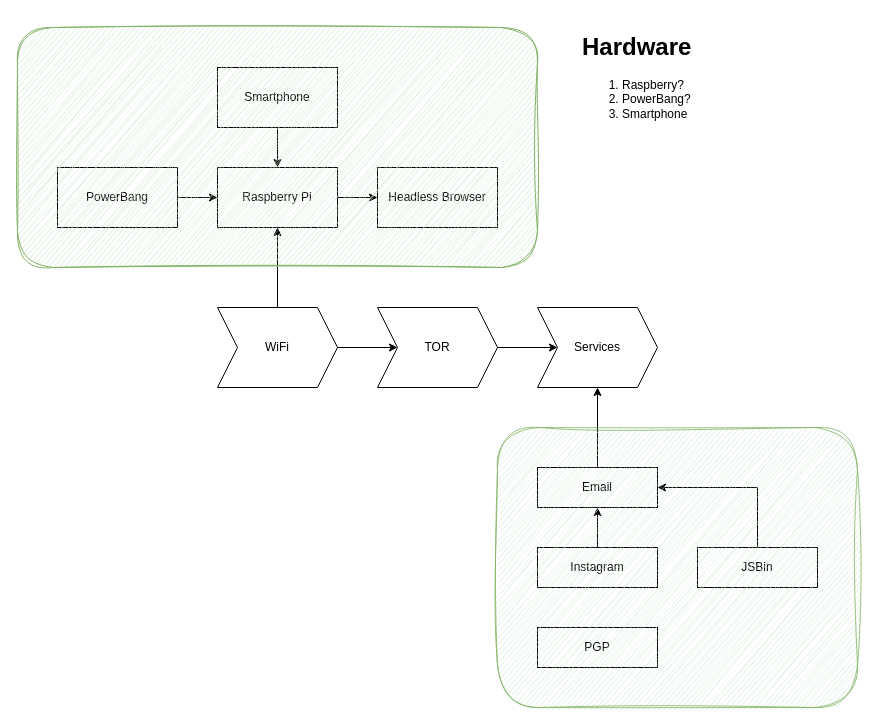
The draw.io diagram Untitled Diagram.drawio in rageofaxe/ecse, before the edit. Source tidied: cells renumbered, new cells numbered last; positions are measured from the earlier drawing's top-left corner, leaving out a move shared by most shapes. Both pictures are drawn from the tidied source at 100%, with x=0, y=0 at pixel (17, 27).
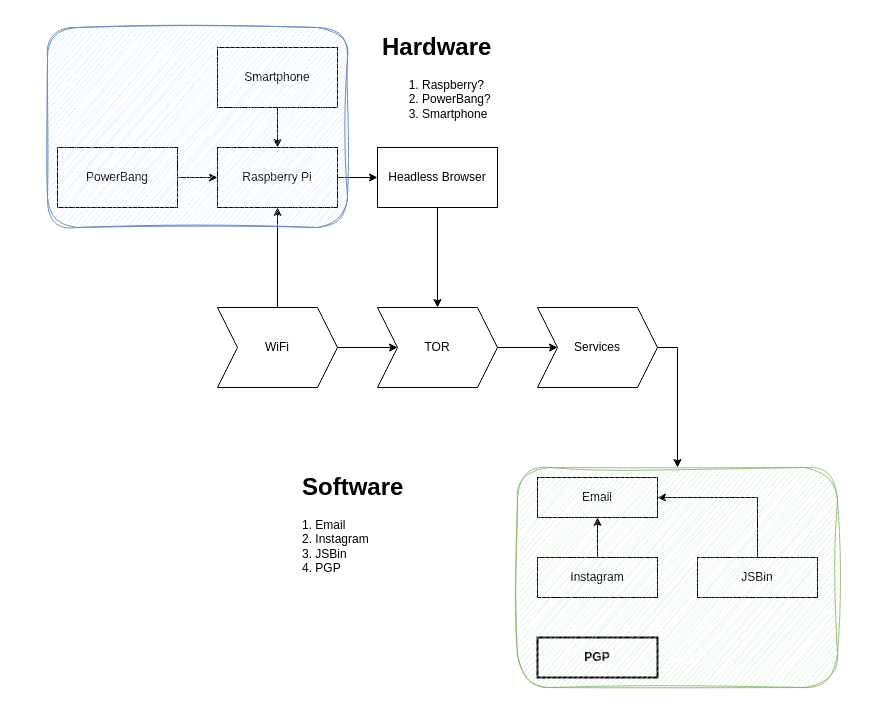
The same page after the edit.

Unchanged cells that the change refers to:
```xml
<mxCell id="6" value="TOR" style="shape=step;perimeter=stepPerimeter;whiteSpace=wrap;html=1;fixedSize=1;" parent="1" vertex="1">
  <mxGeometry x="360" y="280" width="120" height="80" as="geometry" />
</mxCell>
<mxCell id="11" value="Services" style="shape=step;perimeter=stepPerimeter;whiteSpace=wrap;html=1;fixedSize=1;" parent="1" vertex="1">
  <mxGeometry x="520" y="280" width="120" height="80" as="geometry" />
</mxCell>
```

Diff of the diagram source:
```diff
@@
     <mxCell id="8" value="Raspberry Pi" style="rounded=0;whiteSpace=wrap;html=1;" parent="1" vertex="1">
-      <mxGeometry x="200" y="140" width="120" height="60" as="geometry" />
+      <mxGeometry x="200" y="120" width="120" height="60" as="geometry" />
     </mxCell>
-    <mxCell id="9" style="edgeStyle=orthogonalEdgeStyle;rounded=0;jettySize=auto;html=1;" parent="1" edge="1" source="10" target="11">
-      <mxGeometry relative="1" as="geometry" />
-    </mxCell>
     <mxCell id="10" value="Email" style="rounded=0;whiteSpace=wrap;html=1;" parent="1" vertex="1">
-      <mxGeometry x="520" y="440" width="120" height="40" as="geometry" />
+      <mxGeometry x="520" y="450" width="120" height="40" as="geometry" />
     </mxCell>
+    <mxCell id="25" style="edgeStyle=orthogonalEdgeStyle;rounded=0;jettySize=auto;html=1;exitX=1;exitY=0.5;exitDx=0;exitDy=0;entryX=0.5;entryY=0;entryDx=0;entryDy=0;" parent="1" edge="1" source="11" target="22">
+      <mxGeometry relative="1" as="geometry" />
+    </mxCell>
@@
     <mxCell id="13" value="Instagram" style="rounded=0;whiteSpace=wrap;html=1;" parent="1" vertex="1">
-      <mxGeometry x="520" y="520" width="120" height="40" as="geometry" />
+      <mxGeometry x="520" y="530" width="120" height="40" as="geometry" />
     </mxCell>
@@
     <mxCell id="15" value="JSBin" style="rounded=0;whiteSpace=wrap;html=1;" parent="1" vertex="1">
-      <mxGeometry x="680" y="520" width="120" height="40" as="geometry" />
+      <mxGeometry x="680" y="530" width="120" height="40" as="geometry" />
     </mxCell>
@@
     <mxCell id="17" value="PowerBang" style="rounded=0;whiteSpace=wrap;html=1;" parent="1" vertex="1">
-      <mxGeometry x="40" y="140" width="120" height="60" as="geometry" />
+      <mxGeometry x="40" y="120" width="120" height="60" as="geometry" />
     </mxCell>
@@
     <mxCell id="19" value="Smartphone" style="rounded=0;whiteSpace=wrap;html=1;" parent="1" vertex="1">
-      <mxGeometry x="200" y="40" width="120" height="60" as="geometry" />
+      <mxGeometry x="200" y="20" width="120" height="60" as="geometry" />
     </mxCell>
+    <mxCell id="26" style="edgeStyle=orthogonalEdgeStyle;rounded=0;jettySize=auto;html=1;" parent="1" edge="1" source="20" target="6">
+      <mxGeometry relative="1" as="geometry" />
+    </mxCell>
     <mxCell id="20" value="Headless Browser" style="rounded=0;whiteSpace=wrap;html=1;" parent="1" vertex="1">
-      <mxGeometry x="360" y="140" width="120" height="60" as="geometry" />
+      <mxGeometry x="360" y="120" width="120" height="60" as="geometry" />
     </mxCell>
-    <mxCell id="21" value="PGP" style="rounded=0;whiteSpace=wrap;html=1;" parent="1" vertex="1">
-      <mxGeometry x="520" y="600" width="120" height="40" as="geometry" />
+    <mxCell id="21" value="PGP" style="rounded=0;whiteSpace=wrap;html=1;strokeWidth=2;perimeterSpacing=1;fontStyle=1;" parent="1" vertex="1">
+      <mxGeometry x="520" y="610" width="120" height="40" as="geometry" />
     </mxCell>
-    <mxCell id="22" style="rounded=1;whiteSpace=wrap;html=1;fillColor=#d5e8d4;strokeColor=#82b366;sketch=1;curveFitting=1;jiggle=2;opacity=80;" parent="1" vertex="1">
-      <mxGeometry x="480" y="400" width="360" height="280" as="geometry" />
+    <mxCell id="22" style="rounded=1;whiteSpace=wrap;html=1;fillColor=#d5e8d4;strokeColor=#82b366;sketch=1;curveFitting=1;jiggle=2;opacity=80;gradientColor=none;" parent="1" vertex="1">
+      <mxGeometry x="500" y="440" width="320" height="220" as="geometry" />
     </mxCell>
-    <mxCell id="23" style="rounded=1;whiteSpace=wrap;html=1;sketch=1;curveFitting=1;jiggle=2;fillColor=#d5e8d4;strokeColor=#82b366;glass=0;" parent="1" vertex="1">
-      <mxGeometry width="520" height="240" as="geometry" />
+    <mxCell id="23" style="rounded=1;whiteSpace=wrap;html=1;sketch=1;curveFitting=1;jiggle=2;fillColor=#dae8fc;strokeColor=#6c8ebf;glass=0;" parent="1" vertex="1">
+      <mxGeometry x="30" width="300" height="200" as="geometry" />
     </mxCell>
     <mxCell id="24" value="&lt;h1&gt;Hardware&lt;/h1&gt;&lt;p&gt;&lt;/p&gt;&lt;ol&gt;&lt;li&gt;Raspberry?&lt;/li&gt;&lt;li&gt;PowerBang?&lt;/li&gt;&lt;li&gt;Smartphone&lt;/li&gt;&lt;/ol&gt;&lt;p&gt;&lt;/p&gt;" style="text;html=1;strokeColor=none;fillColor=none;spacing=5;spacingTop=-20;whiteSpace=wrap;overflow=hidden;rounded=0;" parent="1" vertex="1">
-      <mxGeometry x="560" width="190" height="120" as="geometry" />
+      <mxGeometry x="360" width="190" height="120" as="geometry" />
     </mxCell>
+    <mxCell id="27" value="&lt;h1&gt;Software&lt;/h1&gt;&lt;div&gt;1. Email&lt;/div&gt;&lt;div&gt;2. Instagram&lt;/div&gt;&lt;div&gt;3. JSBin&lt;/div&gt;&lt;div&gt;4. PGP&lt;/div&gt;" style="text;html=1;strokeColor=none;fillColor=none;spacing=5;spacingTop=-20;whiteSpace=wrap;overflow=hidden;rounded=0;" parent="1" vertex="1">
+      <mxGeometry x="280" y="440" width="190" height="120" as="geometry" />
+    </mxCell>
```
